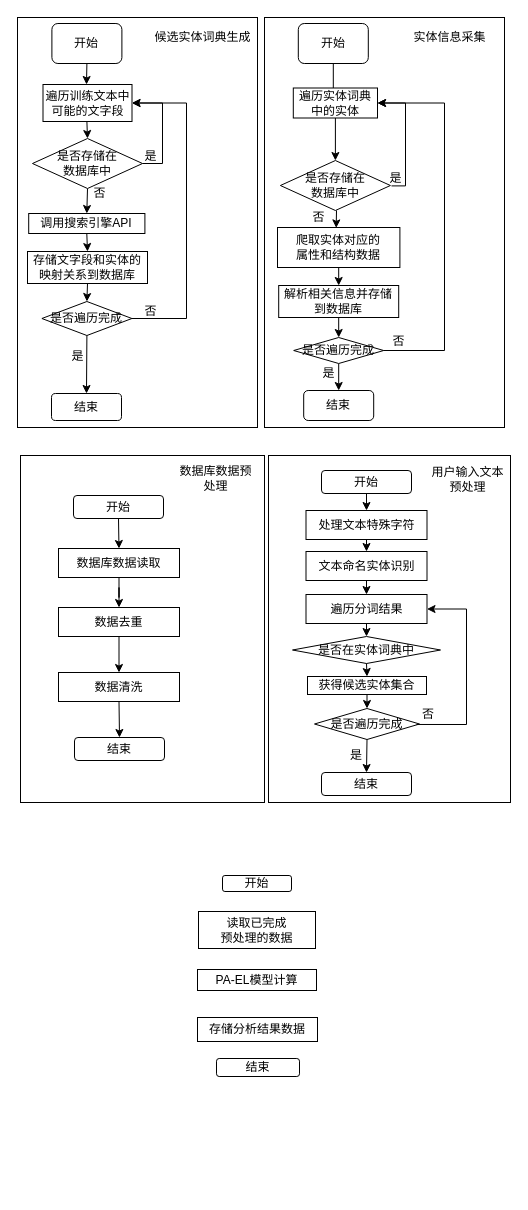
gcy519/try keeps this draw.io diagram as 数据采集.drawio. Above is the earlier version. Source tidied: cells renumbered, new cells numbered last; positions are measured from the earlier drawing's top-left corner, leaving out a move shared by most shapes. Both pictures are drawn from the tidied source at 100%, with x=0, y=0 at pixel (17, 17).
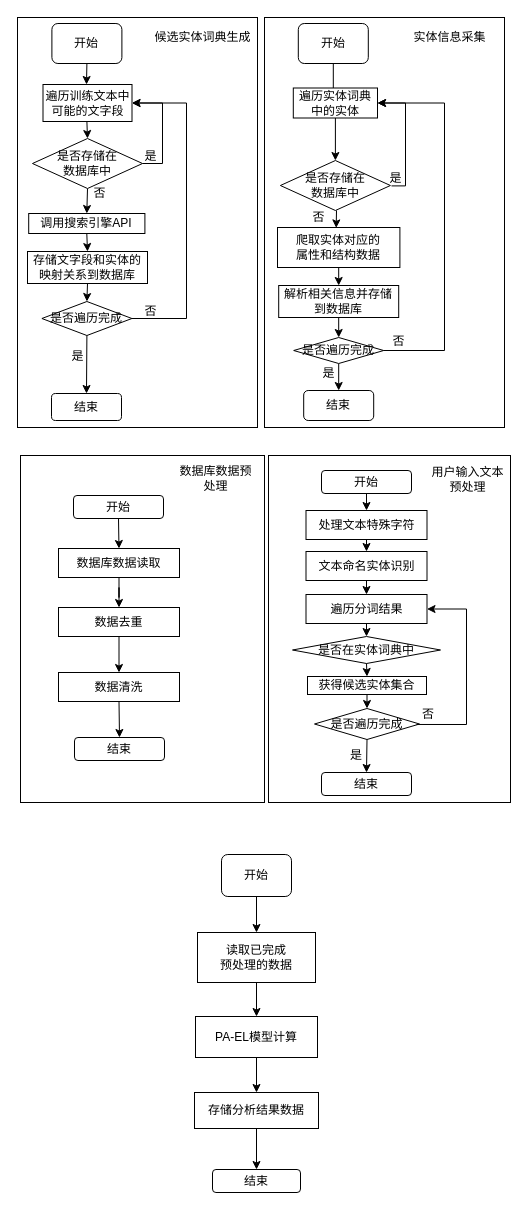
The same page after the edit.

Diff of the diagram source:
```diff
@@
+    <mxCell id="80" style="edgeStyle=orthogonalEdgeStyle;rounded=0;jettySize=auto;html=1;exitX=0.5;exitY=1;exitDx=0;exitDy=0;entryX=0.5;entryY=0;entryDx=0;entryDy=0;" parent="1" edge="1" source="75" target="76">
+      <mxGeometry relative="1" as="geometry" />
+    </mxCell>
     <mxCell id="75" value="开始" style="rounded=1;whiteSpace=wrap;html=1;flipH=0;flipV=1;" parent="1" vertex="1">
-      <mxGeometry x="205" y="858" width="69" height="16" as="geometry" />
+      <mxGeometry x="204" y="837" width="70" height="42" as="geometry" />
     </mxCell>
+    <mxCell id="81" style="edgeStyle=orthogonalEdgeStyle;rounded=0;jettySize=auto;html=1;exitX=0.5;exitY=1;exitDx=0;exitDy=0;entryX=0.5;entryY=0;entryDx=0;entryDy=0;" parent="1" edge="1" source="76" target="77">
+      <mxGeometry relative="1" as="geometry" />
+    </mxCell>
     <mxCell id="76" value="读取已完成&lt;br&gt;预处理的数据" style="rounded=0;whiteSpace=wrap;html=1;flipH=0;flipV=1;" parent="1" vertex="1">
-      <mxGeometry x="181" y="894" width="117" height="37" as="geometry" />
+      <mxGeometry x="180" y="915" width="118" height="50" as="geometry" />
     </mxCell>
+    <mxCell id="82" style="edgeStyle=orthogonalEdgeStyle;rounded=0;jettySize=auto;html=1;exitX=0.5;exitY=1;exitDx=0;exitDy=0;entryX=0.5;entryY=0;entryDx=0;entryDy=0;" parent="1" edge="1" source="77" target="78">
+      <mxGeometry relative="1" as="geometry" />
+    </mxCell>
     <mxCell id="77" value="PA-EL模型计算" style="rounded=0;whiteSpace=wrap;html=1;flipH=0;flipV=1;" parent="1" vertex="1">
-      <mxGeometry x="180" y="952" width="119" height="21" as="geometry" />
+      <mxGeometry x="178" y="999" width="122" height="41" as="geometry" />
     </mxCell>
+    <mxCell id="83" style="edgeStyle=orthogonalEdgeStyle;rounded=0;jettySize=auto;html=1;exitX=0.5;exitY=1;exitDx=0;exitDy=0;entryX=0.5;entryY=0;entryDx=0;entryDy=0;" parent="1" edge="1" source="78" target="79">
+      <mxGeometry relative="1" as="geometry" />
+    </mxCell>
     <mxCell id="78" value="存储分析结果数据" style="rounded=0;whiteSpace=wrap;html=1;flipH=0;flipV=1;" parent="1" vertex="1">
-      <mxGeometry x="180" y="1000" width="120" height="24" as="geometry" />
+      <mxGeometry x="177" y="1075" width="124" height="36" as="geometry" />
     </mxCell>
     <mxCell id="79" value="结束" style="rounded=1;whiteSpace=wrap;html=1;flipH=0;flipV=1;" parent="1" vertex="1">
-      <mxGeometry x="199" y="1041" width="83" height="18" as="geometry" />
+      <mxGeometry x="195" y="1152" width="88" height="23" as="geometry" />
     </mxCell>
```
